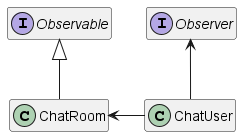
The PlantUML diagram observer/diagram.png in leonsant/javadesignpatterns, before a commit.
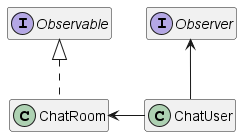
Later version of the same file.

Change to the diagram source:
```diff
@@ -9,6 +9,6 @@
 
 ChatRoom <- ChatUser
 Observer <-- ChatUser
-Observable <|-- ChatRoom
+Observable <|.. ChatRoom
 
 @enduml
```
